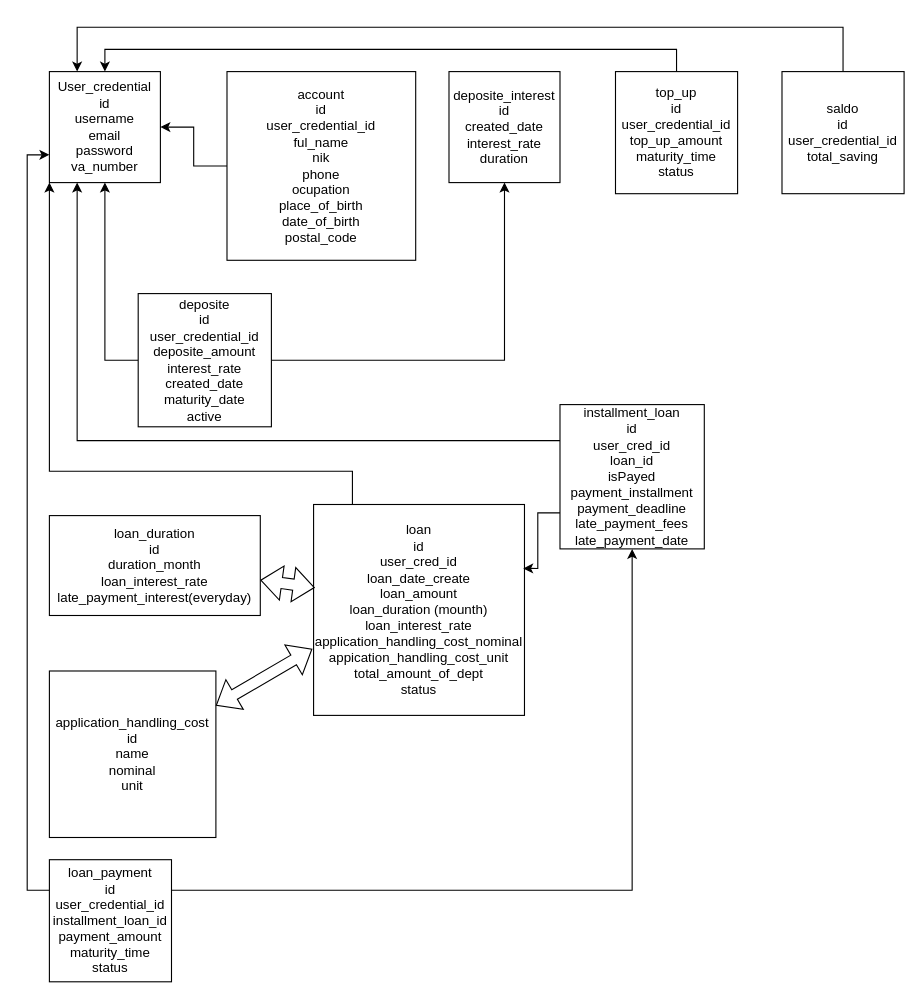
The draw.io diagram table.drawio in MasEBTa/drawio, before the edit. Source tidied: cells renumbered, new cells numbered last; positions are measured from the earlier drawing's top-left corner, leaving out a move shared by most shapes. Both pictures are drawn from the tidied source at 111%, with x=0, y=0 at pixel (49, 27).
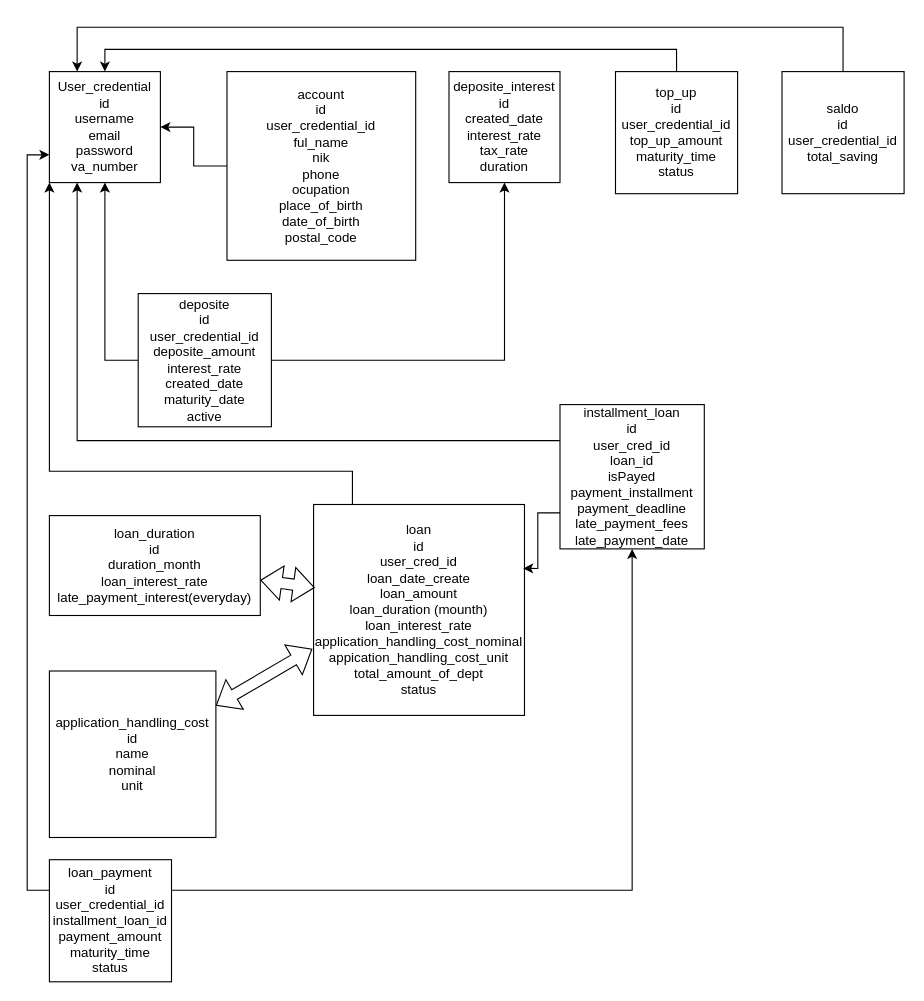
The same page after the edit.

What changed in the source:
```diff
@@
-    <mxCell id="8" value="deposite_interest&lt;br&gt;id&lt;br&gt;created_date&lt;br&gt;interest_rate&lt;br&gt;duration" style="whiteSpace=wrap;html=1;" parent="1" vertex="1">
+    <mxCell id="8" value="deposite_interest&lt;br&gt;id&lt;br&gt;created_date&lt;br&gt;interest_rate&lt;br&gt;tax_rate&lt;br&gt;duration" style="whiteSpace=wrap;html=1;" parent="1" vertex="1">
       <mxGeometry x="360" y="40" width="100" height="100" as="geometry" />
     </mxCell>
```
